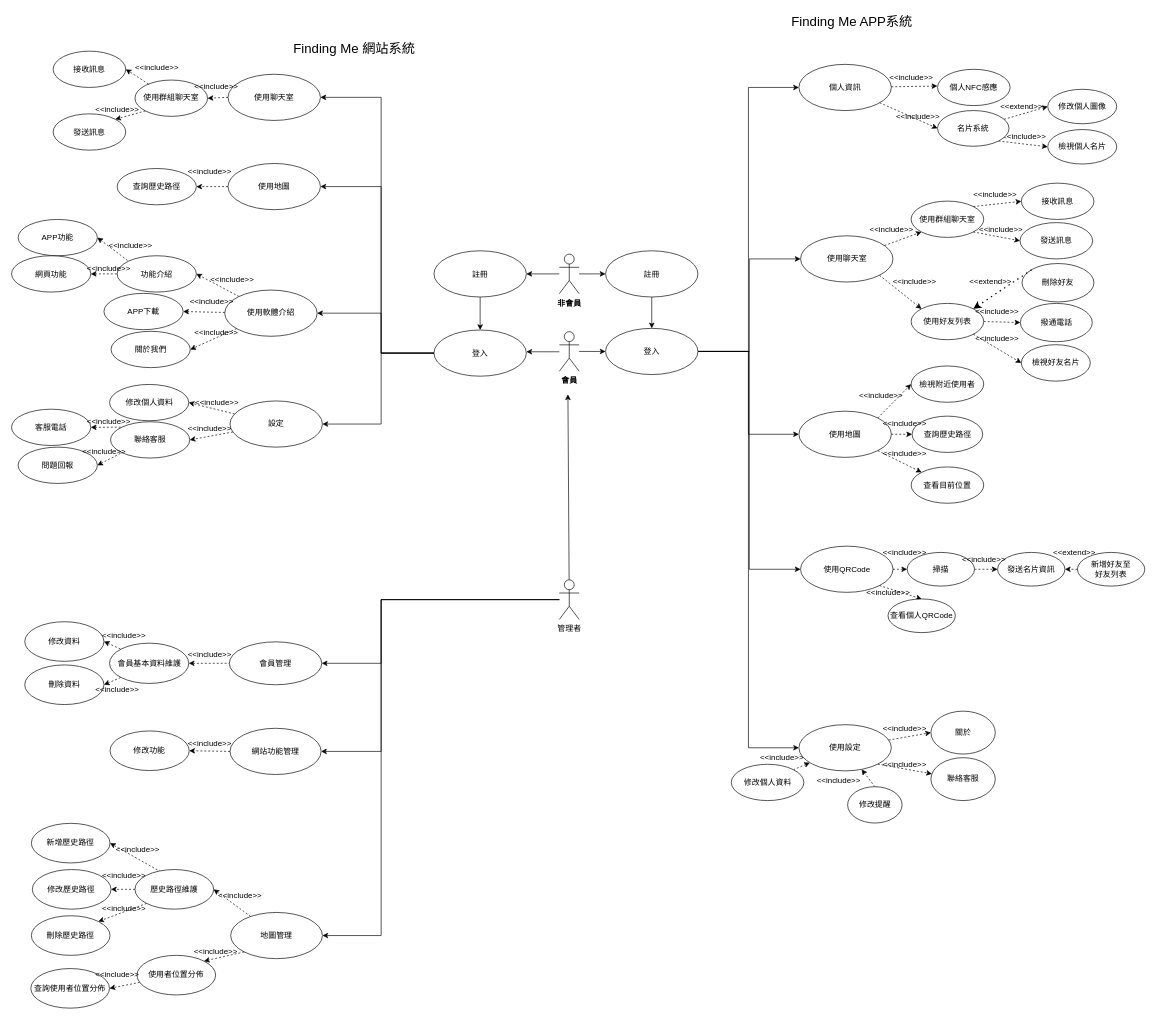
Earlier version of the draw.io diagram page "使用個案圖" (1 of 4) of Untitled Diagram.drawio (may900620/codepanimg). Source tidied: cells renumbered, new cells numbered last; positions are measured from the earlier drawing's top-left corner, leaving out a move shared by most shapes. Both pictures are drawn from the tidied source at 66%, with x=0, y=0 at pixel (11, 11).
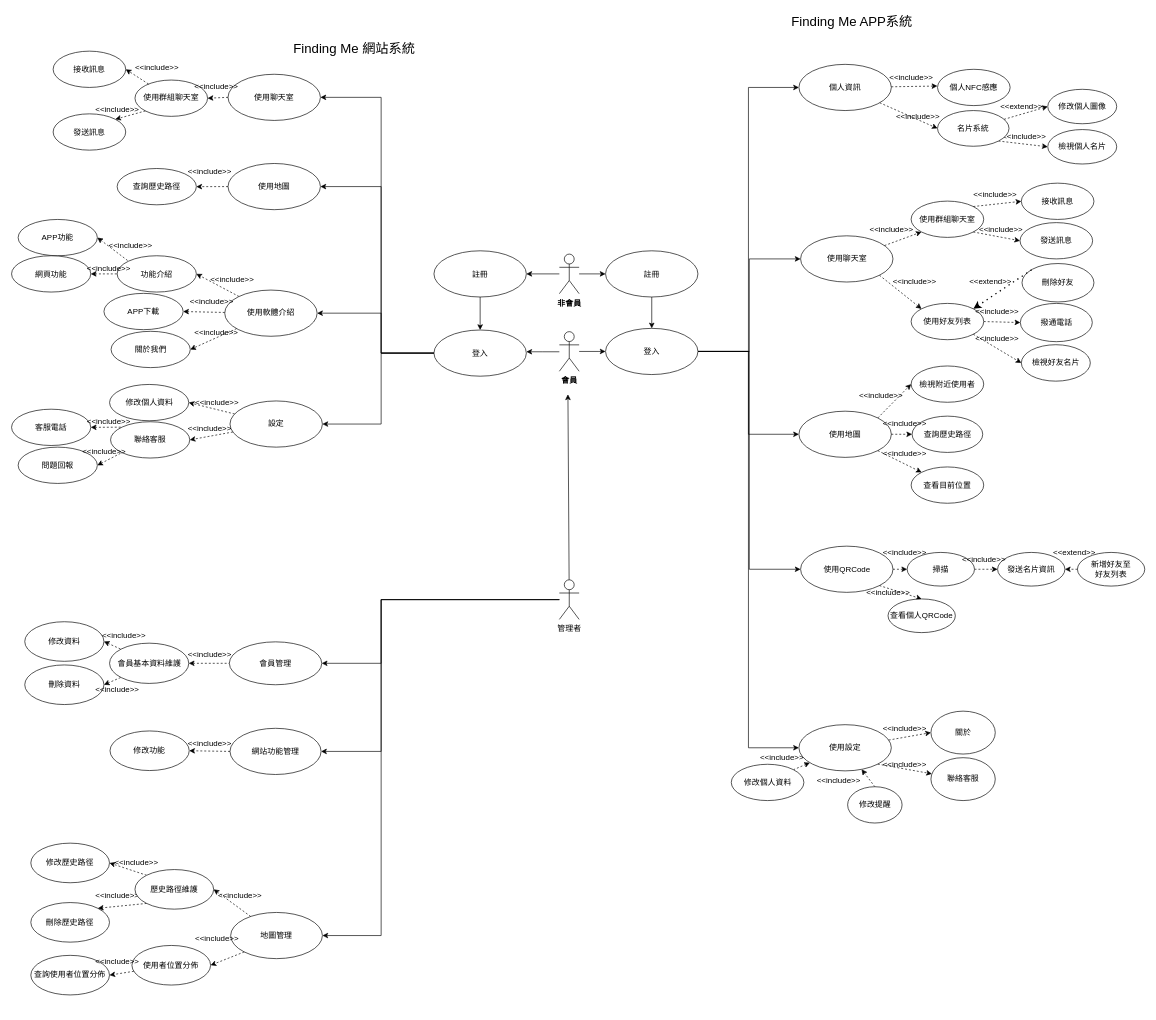
After the change.

The change refers to these unchanged cells:
```xml
<mxCell id="160" value="地圖管理" style="ellipse;whiteSpace=wrap;html=1;fontColor=default;strokeColor=default;fillColor=default;" parent="1" vertex="1">
  <mxGeometry x="332" y="1365" width="139" height="70" as="geometry" />
</mxCell>
<mxCell id="161" value="歷史路徑維護" style="ellipse;whiteSpace=wrap;html=1;" parent="1" vertex="1">
  <mxGeometry x="187" y="1300" width="119.2" height="60" as="geometry" />
</mxCell>
```

The edit, as a diff of the source:
```diff
@@
-    <mxCell id="87" value="新增歷史路徑" style="ellipse;whiteSpace=wrap;html=1;" parent="1" vertex="1">
-      <mxGeometry x="30" y="1230" width="119.2" height="60" as="geometry" />
-    </mxCell>
     <mxCell id="88" value="修改歷史路徑" style="ellipse;whiteSpace=wrap;html=1;" parent="1" vertex="1">
-      <mxGeometry x="31.5" y="1300" width="119.2" height="60" as="geometry" />
+      <mxGeometry x="29.2" y="1260" width="119.2" height="60" as="geometry" />
     </mxCell>
     <mxCell id="89" value="刪除歷史路徑" style="ellipse;whiteSpace=wrap;html=1;" parent="1" vertex="1">
-      <mxGeometry x="30" y="1370" width="119.2" height="60" as="geometry" />
+      <mxGeometry x="29.2" y="1350" width="119.2" height="60" as="geometry" />
     </mxCell>
-    <mxCell id="90" style="endArrow=classic;html=1;rounded=0;entryX=1;entryY=0.5;entryDx=0;entryDy=0;endFill=1;startArrow=none;startFill=0;dashed=1;exitX=0.329;exitY=0.058;exitDx=0;exitDy=0;exitPerimeter=0;" parent="1" edge="1" source="161" target="87">
-      <mxGeometry relative="1" as="geometry" />
-    </mxCell>
-    <mxCell id="91" style="endArrow=classic;html=1;rounded=0;entryX=1;entryY=0.5;entryDx=0;entryDy=0;exitX=0;exitY=0.5;exitDx=0;exitDy=0;endFill=1;startArrow=none;startFill=0;dashed=1;" parent="1" edge="1" source="161" target="88">
+    <mxCell id="91" style="endArrow=classic;html=1;rounded=0;entryX=1;entryY=0.5;entryDx=0;entryDy=0;exitX=0;exitY=0;exitDx=0;exitDy=0;endFill=1;startArrow=none;startFill=0;dashed=1;" parent="1" edge="1" source="161" target="88">
       <mxGeometry relative="1" as="geometry" />
     </mxCell>
@@
-    <mxCell id="93" value="&amp;lt;&amp;lt;include&amp;gt;&amp;gt;" style="text;html=1;align=center;verticalAlign=middle;strokeColor=none;fillColor=none;fontColor=default;" parent="1" vertex="1">
-      <mxGeometry x="150.8" y="1260" width="80" height="20" as="geometry" />
-    </mxCell>
     <mxCell id="94" value="&amp;lt;&amp;lt;include&amp;gt;&amp;gt;" style="text;html=1;align=center;verticalAlign=middle;strokeColor=none;fillColor=none;fontColor=default;" parent="1" vertex="1">
-      <mxGeometry x="130" y="1300" width="80" height="20" as="geometry" />
+      <mxGeometry x="148.5" y="1280" width="80" height="20" as="geometry" />
     </mxCell>
     <mxCell id="95" value="&amp;lt;&amp;lt;include&amp;gt;&amp;gt;" style="text;html=1;align=center;verticalAlign=middle;strokeColor=none;fillColor=none;fontColor=default;" parent="1" vertex="1">
-      <mxGeometry x="130" y="1350" width="80" height="20" as="geometry" />
+      <mxGeometry x="120" y="1330" width="80" height="20" as="geometry" />
     </mxCell>
@@
     <mxCell id="164" value="使用者位置分佈" style="ellipse;whiteSpace=wrap;html=1;" parent="1" vertex="1">
-      <mxGeometry x="190" y="1430" width="119.2" height="60" as="geometry" />
+      <mxGeometry x="182.4" y="1415" width="119.2" height="60" as="geometry" />
     </mxCell>
-    <mxCell id="165" style="rounded=0;jettySize=auto;html=1;entryX=1;entryY=0;entryDx=0;entryDy=0;dashed=1;startArrow=none;startFill=0;endArrow=classic;endFill=1;exitX=0;exitY=1;exitDx=0;exitDy=0;" parent="1" edge="1" source="160" target="164">
+    <mxCell id="165" style="rounded=0;jettySize=auto;html=1;entryX=1;entryY=0.5;entryDx=0;entryDy=0;dashed=1;startArrow=none;startFill=0;endArrow=classic;endFill=1;exitX=0;exitY=1;exitDx=0;exitDy=0;" parent="1" edge="1" source="160" target="164">
       <mxGeometry relative="1" as="geometry" />
     </mxCell>
     <mxCell id="166" value="&amp;lt;&amp;lt;include&amp;gt;&amp;gt;" style="text;html=1;align=center;verticalAlign=middle;strokeColor=none;fillColor=none;fontColor=default;" parent="1" vertex="1">
-      <mxGeometry x="268.5" y="1415" width="80" height="20" as="geometry" />
+      <mxGeometry x="270.8" y="1395" width="80" height="20" as="geometry" />
     </mxCell>
     <mxCell id="167" value="查詢使用者位置分佈" style="ellipse;whiteSpace=wrap;html=1;" parent="1" vertex="1">
-      <mxGeometry x="29.2" y="1450" width="119.2" height="60" as="geometry" />
+      <mxGeometry x="29.2" y="1430" width="119.2" height="60" as="geometry" />
     </mxCell>
     <mxCell id="168" value="&amp;lt;&amp;lt;include&amp;gt;&amp;gt;" style="text;html=1;align=center;verticalAlign=middle;strokeColor=none;fillColor=none;fontColor=default;" parent="1" vertex="1">
-      <mxGeometry x="120" y="1450" width="80" height="20" as="geometry" />
+      <mxGeometry x="120" y="1430" width="80" height="20" as="geometry" />
     </mxCell>
```
